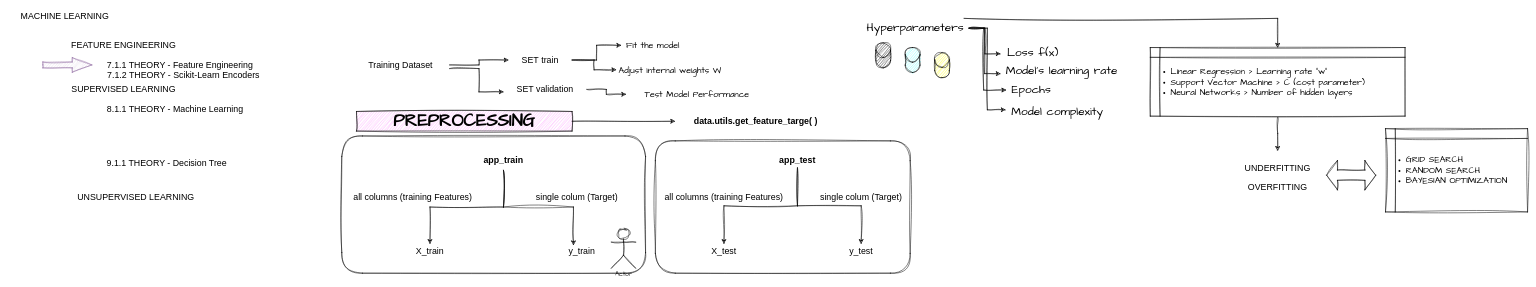
This is Sprint2.drawio from Innoktiv/Anyone-AI, a draw.io file, before an edit. Source tidied: cells renumbered, new cells numbered last; positions are measured from the earlier drawing's top-left corner, leaving out a move shared by most shapes. Both pictures are drawn from the tidied source at 49%, with x=0, y=0 at pixel (8, 8).
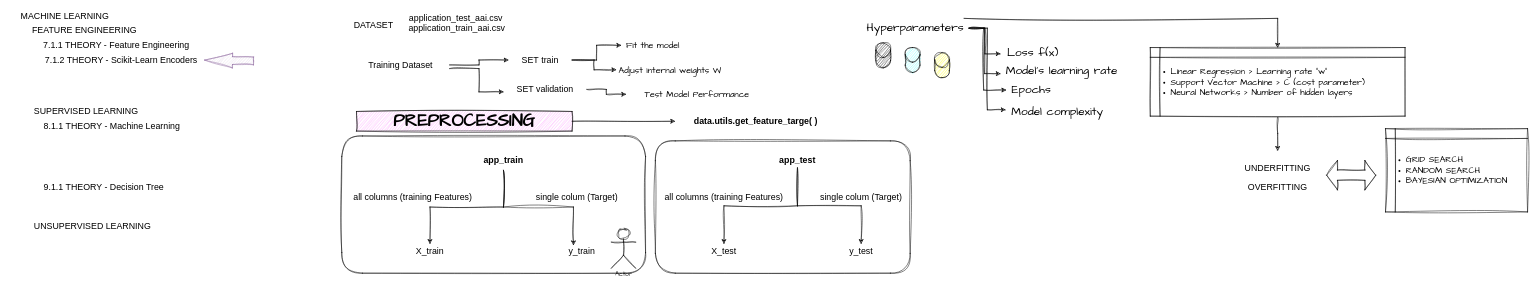
After the change.

The edit, as a diff of the source:
```diff
@@
-    <mxCell id="5" value="&lt;font face=&quot;Helvetica&quot; style=&quot;font-size: 18px;&quot;&gt;SUPERVISED LEARNING&lt;/font&gt;" style="text;html=1;align=center;verticalAlign=middle;whiteSpace=wrap;rounded=0;fontFamily=Architects Daughter;" parent="1" vertex="1">
-      <mxGeometry x="120" y="150" width="230" height="30" as="geometry" />
+    <mxCell id="5" value="&lt;font face=&quot;Helvetica&quot; style=&quot;font-size: 18px;&quot;&gt;SUPERVISED LEARNING&lt;/font&gt;" style="text;html=1;align=left;verticalAlign=middle;whiteSpace=wrap;rounded=0;fontFamily=Architects Daughter;" parent="1" vertex="1">
+      <mxGeometry x="50" y="195" width="230" height="30" as="geometry" />
     </mxCell>
-    <mxCell id="6" value="&lt;font face=&quot;Helvetica&quot; style=&quot;font-size: 18px;&quot;&gt;UNSUPERVISED LEARNING&lt;/font&gt;" style="text;html=1;align=center;verticalAlign=middle;whiteSpace=wrap;rounded=0;fontFamily=Architects Daughter;" parent="1" vertex="1">
-      <mxGeometry x="120" y="370" width="280" height="30" as="geometry" />
+    <mxCell id="6" value="&lt;font face=&quot;Helvetica&quot; style=&quot;font-size: 18px;&quot;&gt;UNSUPERVISED LEARNING&lt;/font&gt;" style="text;html=1;align=left;verticalAlign=middle;whiteSpace=wrap;rounded=0;fontFamily=Architects Daughter;" parent="1" vertex="1">
+      <mxGeometry x="50" y="430" width="280" height="30" as="geometry" />
     </mxCell>
-    <mxCell id="7" value="&lt;font face=&quot;Helvetica&quot; style=&quot;font-size: 18px;&quot;&gt;FEATURE ENGINEERING&lt;br&gt;&lt;/font&gt;" style="text;html=1;align=center;verticalAlign=middle;whiteSpace=wrap;rounded=0;fontFamily=Architects Daughter;" parent="1" vertex="1">
-      <mxGeometry x="120" y="60" width="230" height="30" as="geometry" />
+    <mxCell id="7" value="&lt;div style=&quot;text-align: left;&quot;&gt;&lt;span style=&quot;font-size: 18px; font-family: Helvetica; background-color: initial;&quot;&gt;FEATURE ENGINEERING&lt;/span&gt;&lt;/div&gt;" style="text;html=1;align=center;verticalAlign=middle;whiteSpace=wrap;rounded=0;fontFamily=Architects Daughter;" parent="1" vertex="1">
+      <mxGeometry x="40" y="30" width="230" height="30" as="geometry" />
     </mxCell>
-    <mxCell id="8" value="&lt;font face=&quot;Helvetica&quot; style=&quot;font-size: 18px;&quot;&gt;8.1.1 THEORY - Machine Learning&lt;br&gt;&lt;/font&gt;" style="text;html=1;align=center;verticalAlign=middle;whiteSpace=wrap;rounded=0;fontFamily=Architects Daughter;" parent="1" vertex="1">
-      <mxGeometry x="180" y="190" width="320" height="30" as="geometry" />
+    <mxCell id="8" value="&lt;div style=&quot;&quot;&gt;&lt;span style=&quot;font-size: 18px; font-family: Helvetica; background-color: initial;&quot;&gt;8.1.1 THEORY - Machine Learning&lt;/span&gt;&lt;/div&gt;" style="text;html=1;align=left;verticalAlign=middle;whiteSpace=wrap;rounded=0;fontFamily=Architects Daughter;" parent="1" vertex="1">
+      <mxGeometry x="70" y="225" width="320" height="30" as="geometry" />
     </mxCell>
-    <mxCell id="9" value="&lt;font face=&quot;Helvetica&quot; style=&quot;font-size: 18px;&quot;&gt;7.1.1 THEORY - Feature Engineering&lt;br&gt;&lt;/font&gt;" style="text;html=1;align=center;verticalAlign=middle;whiteSpace=wrap;rounded=0;fontFamily=Architects Daughter;" parent="1" vertex="1">
-      <mxGeometry x="190" y="100" width="320" height="30" as="geometry" />
+    <mxCell id="9" value="&lt;div style=&quot;text-align: left;&quot;&gt;&lt;span style=&quot;font-size: 18px; font-family: Helvetica; background-color: initial;&quot;&gt;7.1.1 THEORY - Feature Engineering&lt;/span&gt;&lt;/div&gt;" style="text;html=1;align=center;verticalAlign=middle;whiteSpace=wrap;rounded=0;fontFamily=Architects Daughter;" parent="1" vertex="1">
+      <mxGeometry x="60" y="60" width="320" height="30" as="geometry" />
     </mxCell>
-    <mxCell id="10" value="&lt;font face=&quot;Helvetica&quot; style=&quot;font-size: 18px;&quot;&gt;9.1.1 THEORY - Decision Tree&lt;br&gt;&lt;/font&gt;" style="text;html=1;align=center;verticalAlign=middle;whiteSpace=wrap;rounded=0;fontFamily=Architects Daughter;" parent="1" vertex="1">
-      <mxGeometry x="163" y="300" width="320" height="30" as="geometry" />
+    <mxCell id="10" value="&lt;div style=&quot;&quot;&gt;&lt;span style=&quot;font-size: 18px; font-family: Helvetica; background-color: initial;&quot;&gt;9.1.1 THEORY - Decision Tree&lt;/span&gt;&lt;/div&gt;" style="text;html=1;align=left;verticalAlign=middle;whiteSpace=wrap;rounded=0;fontFamily=Architects Daughter;" parent="1" vertex="1">
+      <mxGeometry x="70" y="350" width="320" height="30" as="geometry" />
     </mxCell>
-    <mxCell id="11" style="html=1;shadow=0;dashed=0;align=center;verticalAlign=middle;shape=mxgraph.arrows2.arrow;dy=0.6;dx=40;notch=0;sketch=1;hachureGap=4;jiggle=2;curveFitting=1;fontFamily=Architects Daughter;fillColor=#e1d5e7;strokeColor=#9673a6;" parent="1" vertex="1">
-      <mxGeometry x="70" y="100" width="100" height="30" as="geometry" />
+    <mxCell id="11" style="html=1;shadow=0;dashed=0;align=center;verticalAlign=middle;shape=mxgraph.arrows2.arrow;dy=0.47;dx=56.92;notch=0;sketch=1;hachureGap=4;jiggle=2;curveFitting=1;fontFamily=Architects Daughter;fillColor=#e1d5e7;strokeColor=#9673a6;rotation=-179;" parent="1" vertex="1">
+      <mxGeometry x="400" y="91" width="100" height="30" as="geometry" />
     </mxCell>
@@
-    <mxCell id="23" value="&lt;font face=&quot;Helvetica&quot; style=&quot;font-size: 18px;&quot;&gt;7.1.2 THEORY - Scikit-Learn Encoders&lt;br&gt;&lt;/font&gt;" style="text;html=1;align=center;verticalAlign=middle;whiteSpace=wrap;rounded=0;fontFamily=Architects Daughter;" parent="1" vertex="1">
-      <mxGeometry x="197" y="121" width="320" height="30" as="geometry" />
+    <mxCell id="23" value="&lt;div style=&quot;text-align: left;&quot;&gt;&lt;span style=&quot;font-size: 18px; font-family: Helvetica; background-color: initial;&quot;&gt;7.1.2 THEORY - Scikit-Learn Encoders&lt;/span&gt;&lt;/div&gt;" style="text;html=1;align=center;verticalAlign=middle;whiteSpace=wrap;rounded=0;fontFamily=Architects Daughter;" parent="1" vertex="1">
+      <mxGeometry x="70" y="90" width="320" height="30" as="geometry" />
     </mxCell>
@@
+    <mxCell id="61" value="&lt;font face=&quot;Helvetica&quot;&gt;&lt;span style=&quot;font-size: 18px;&quot;&gt;application_train_aai.csv&lt;/span&gt;&lt;/font&gt;" style="text;html=1;align=center;verticalAlign=middle;whiteSpace=wrap;rounded=0;fontFamily=Architects Daughter;" parent="1" vertex="1">
+      <mxGeometry x="850" y="25" width="130" height="30" as="geometry" />
+    </mxCell>
+    <mxCell id="62" value="&lt;font face=&quot;Helvetica&quot;&gt;&lt;span style=&quot;font-size: 18px;&quot;&gt;application_test_aai.csv&lt;/span&gt;&lt;/font&gt;" style="text;html=1;align=center;verticalAlign=middle;whiteSpace=wrap;rounded=0;fontFamily=Architects Daughter;" parent="1" vertex="1">
+      <mxGeometry x="848" y="5" width="130" height="30" as="geometry" />
+    </mxCell>
+    <mxCell id="63" value="&lt;font face=&quot;Helvetica&quot;&gt;&lt;span style=&quot;font-size: 18px;&quot;&gt;DATASET&lt;/span&gt;&lt;/font&gt;" style="text;html=1;align=center;verticalAlign=middle;whiteSpace=wrap;rounded=0;fontFamily=Architects Daughter;" parent="1" vertex="1">
+      <mxGeometry x="680" y="20" width="130" height="30" as="geometry" />
+    </mxCell>
```
